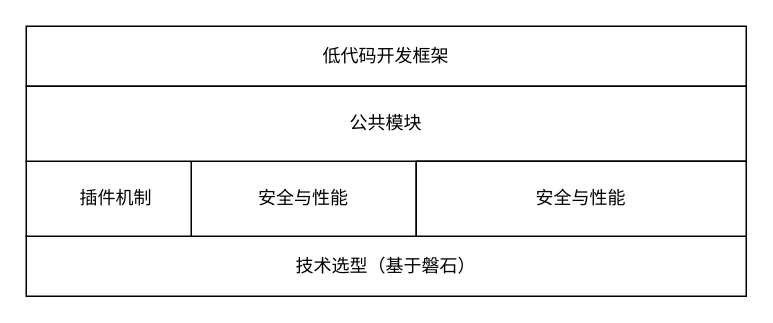
tangyaosimida/love keeps this draw.io diagram as 低——研究内容——低代码开发框架.drawio. Above is the earlier version. Source tidied: cells renumbered, new cells numbered last; positions are measured from the earlier drawing's top-left corner, leaving out a move shared by most shapes. Both pictures are drawn from the tidied source at 150%, with x=0, y=0 at pixel (26, 26).
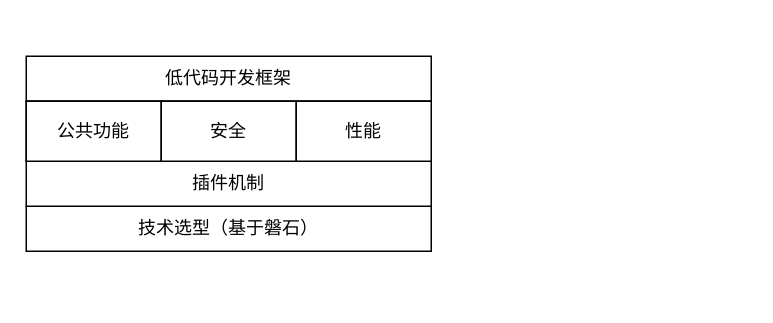
Above is the later version.

Commit message:
更新低——研究内容——低代码开发框架.drawio

Diff of the diagram source:
```diff
@@
 <mxGraphModel>
   <root>
     <mxCell id="0" />
     <mxCell id="1" parent="0" />
     <mxCell id="2" value="技术选型（基于磐石）" style="rounded=0;whiteSpace=wrap;html=1;" parent="1" vertex="1">
-      <mxGeometry y="140" width="480" height="40" as="geometry" />
+      <mxGeometry y="120" width="270" height="30" as="geometry" />
     </mxCell>
     <mxCell id="3" value="插件机制" style="rounded=0;whiteSpace=wrap;html=1;" parent="1" vertex="1">
-      <mxGeometry y="90" width="120" height="50" as="geometry" />
+      <mxGeometry y="90" width="270" height="30" as="geometry" />
     </mxCell>
     <mxCell id="4" value="低代码开发框架" style="rounded=0;whiteSpace=wrap;html=1;" parent="1" vertex="1">
-      <mxGeometry width="480" height="40" as="geometry" />
+      <mxGeometry y="20" width="270" height="30" as="geometry" />
     </mxCell>
-    <mxCell id="5" value="安全与性能" style="rounded=0;whiteSpace=wrap;html=1;" parent="1" vertex="1">
-      <mxGeometry x="110" y="90" width="150" height="50" as="geometry" />
-    </mxCell>
-    <mxCell id="6" value="公共模块" style="rounded=0;whiteSpace=wrap;html=1;" parent="1" vertex="1">
-      <mxGeometry y="40" width="480" height="50" as="geometry" />
+    <mxCell id="6" style="rounded=0;whiteSpace=wrap;html=1;" parent="1" vertex="1">
+      <mxGeometry y="50" width="270" height="40" as="geometry" />
     </mxCell>
-    <mxCell id="7" value="安全与性能" style="rounded=0;whiteSpace=wrap;html=1;" parent="1" vertex="1">
-      <mxGeometry x="260" y="90" width="220" height="50" as="geometry" />
-    </mxCell>
+    <mxCell id="8" value="公共功能" style="rounded=0;whiteSpace=wrap;html=1;" parent="1" vertex="1">
+      <mxGeometry y="50" width="90" height="40" as="geometry" />
+    </mxCell>
+    <mxCell id="9" value="安全" style="rounded=0;whiteSpace=wrap;html=1;" parent="1" vertex="1">
+      <mxGeometry x="90" y="50" width="90" height="40" as="geometry" />
+    </mxCell>
+    <mxCell id="10" value="性能" style="rounded=0;whiteSpace=wrap;html=1;" parent="1" vertex="1">
+      <mxGeometry x="180" y="50" width="90" height="40" as="geometry" />
+    </mxCell>
   </root>
 </mxGraphModel>
```
